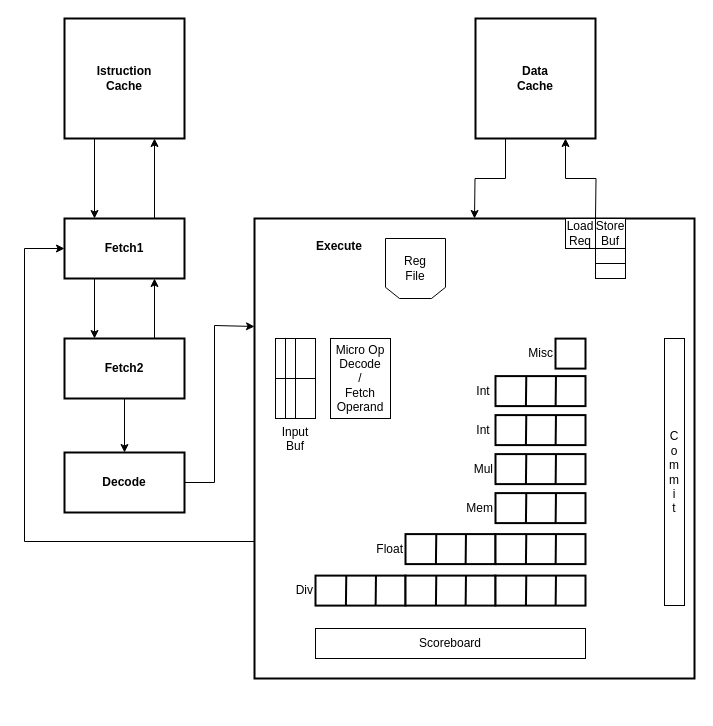
The draw.io diagram Diagrammi/MinorArm.drawio in The90Frank/MinorArmAnalyzer, before the edit. Source tidied: cells renumbered, new cells numbered last; positions are measured from the earlier drawing's top-left corner, leaving out a move shared by most shapes. Both pictures are drawn from the tidied source at 100%, with x=0, y=0 at pixel (24, 18).
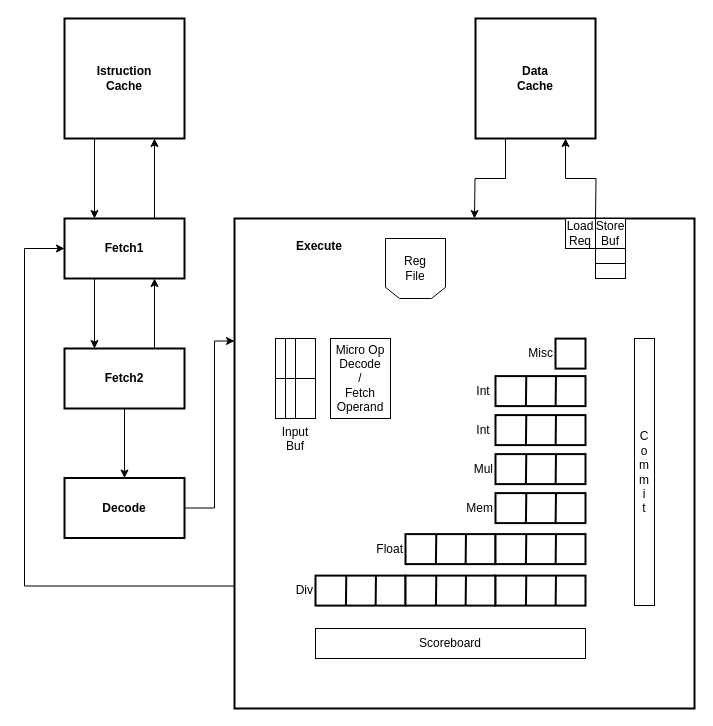
The same page after the edit.

Unchanged cells that the change refers to:
```xml
<mxCell id="6" value="Fetch1" style="rounded=0;whiteSpace=wrap;html=1;fontStyle=1;strokeWidth=2;" parent="1" vertex="1">
  <mxGeometry x="40" y="200" width="120" height="60" as="geometry" />
</mxCell>
```

What changed in the source:
```diff
@@
     <mxCell id="9" value="Fetch2" style="rounded=0;whiteSpace=wrap;html=1;fontStyle=1;strokeWidth=2;" parent="1" vertex="1">
-      <mxGeometry x="40" y="320" width="120" height="60" as="geometry" />
+      <mxGeometry x="40" y="330" width="120" height="60" as="geometry" />
     </mxCell>
-    <mxCell id="10" style="edgeStyle=orthogonalEdgeStyle;rounded=0;jettySize=auto;html=1;exitX=1;exitY=0.5;exitDx=0;exitDy=0;entryX=0;entryY=0.25;entryDx=0;entryDy=0;" parent="1" edge="1" source="11">
+    <mxCell id="10" style="edgeStyle=orthogonalEdgeStyle;rounded=0;jettySize=auto;html=1;exitX=1;exitY=0.5;exitDx=0;exitDy=0;entryX=0;entryY=0.25;entryDx=0;entryDy=0;" parent="1" edge="1" source="11" target="16">
       <mxGeometry relative="1" as="geometry">
-        <mxPoint x="230" y="308" as="targetPoint" />
         <Array as="points">
-          <mxPoint x="190" y="464" />
-          <mxPoint x="190" y="307" />
+          <mxPoint x="190" y="490" />
+          <mxPoint x="190" y="323" />
         </Array>
       </mxGeometry>
     </mxCell>
     <mxCell id="11" value="&lt;span&gt;Decode&lt;/span&gt;" style="rounded=0;whiteSpace=wrap;html=1;fontStyle=1;strokeWidth=2;" parent="1" vertex="1">
-      <mxGeometry x="40" y="434" width="120" height="60" as="geometry" />
+      <mxGeometry x="40" y="459.5" width="120" height="60" as="geometry" />
     </mxCell>
@@
-    <mxCell id="13" style="edgeStyle=orthogonalEdgeStyle;rounded=0;jettySize=auto;html=1;entryX=0;entryY=0.5;entryDx=0;entryDy=0;exitX=0;exitY=0.75;exitDx=0;exitDy=0;" parent="1" edge="1" target="6">
+    <mxCell id="13" style="edgeStyle=orthogonalEdgeStyle;rounded=0;jettySize=auto;html=1;entryX=0;entryY=0.5;entryDx=0;entryDy=0;exitX=0;exitY=0.75;exitDx=0;exitDy=0;" parent="1" edge="1" source="16" target="6">
       <mxGeometry relative="1" as="geometry">
-        <mxPoint x="230" y="523" as="sourcePoint" />
         <Array as="points">
-          <mxPoint y="523" />
+          <mxPoint y="568" />
           <mxPoint y="230" />
         </Array>
       </mxGeometry>
     </mxCell>
@@
     <mxCell id="16" value="&amp;nbsp; &amp;nbsp; &amp;nbsp; &amp;nbsp; &amp;nbsp; &lt;br&gt;&amp;nbsp; &amp;nbsp; &amp;nbsp; &amp;nbsp; &amp;nbsp; &amp;nbsp; &amp;nbsp; &amp;nbsp; &amp;nbsp; &lt;b&gt;Execute&lt;/b&gt;" style="rounded=0;whiteSpace=wrap;html=1;verticalAlign=top;labelPosition=center;verticalLabelPosition=middle;align=left;strokeWidth=2;" parent="1" vertex="1">
-      <mxGeometry x="230" y="200" width="440" height="460" as="geometry" />
+      <mxGeometry x="210" y="200" width="460" height="490" as="geometry" />
     </mxCell>
@@
     <mxCell id="52" value="C&lt;br&gt;o&lt;br&gt;m&lt;br&gt;m&lt;br&gt;i&lt;br&gt;t" style="rounded=0;whiteSpace=wrap;html=1;align=center;strokeWidth=1;" parent="1" vertex="1">
-      <mxGeometry x="640" y="320" width="20" height="267" as="geometry" />
+      <mxGeometry x="610" y="320" width="20" height="267" as="geometry" />
     </mxCell>
```
